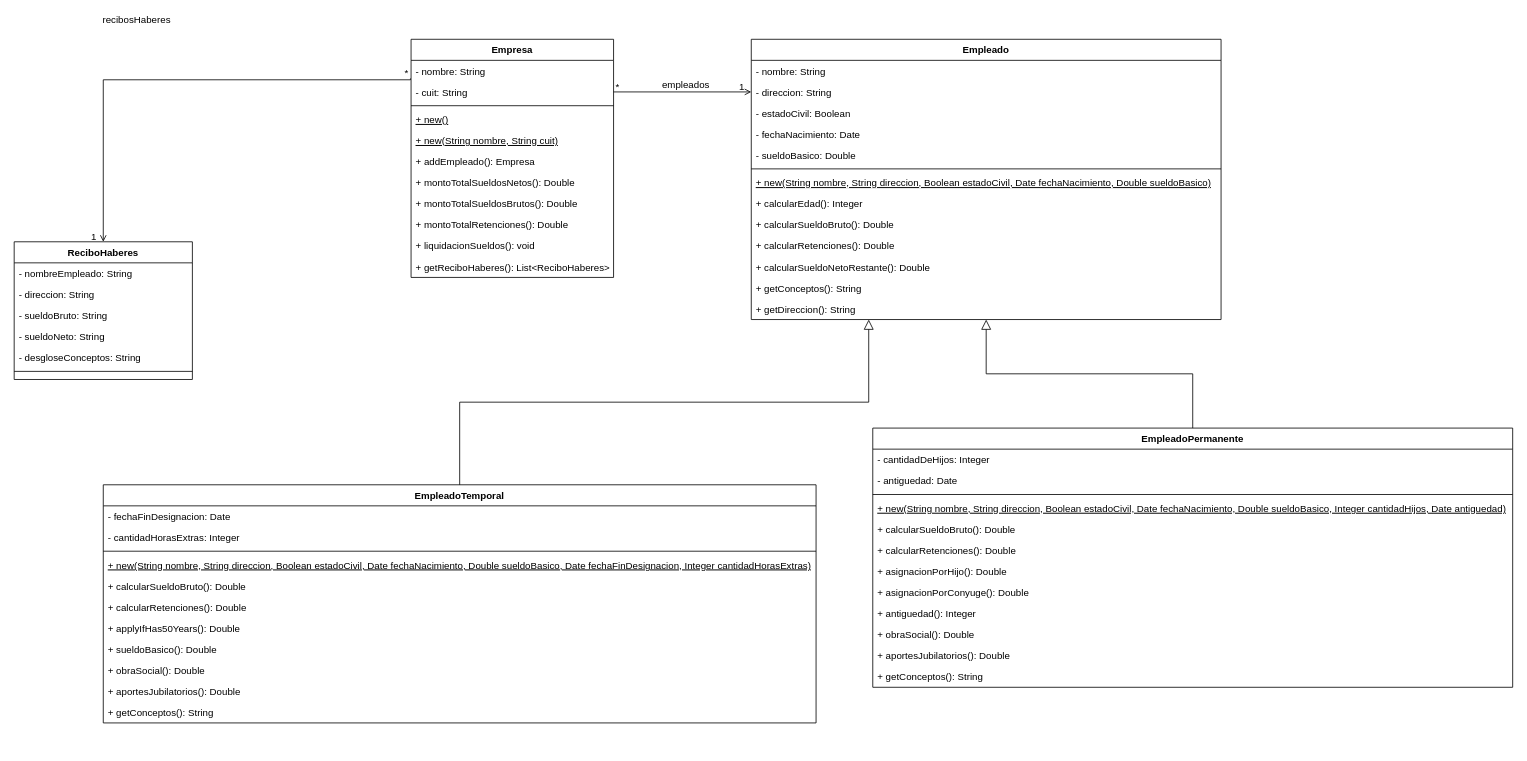
Before: TP02/UML.drawio in dkippes/Programacion-Orientada-Objetos-2, a draw.io diagram. Source tidied: cells renumbered, new cells numbered last; positions are measured from the earlier drawing's top-left corner, leaving out a move shared by most shapes. Both pictures are drawn from the tidied source at 81%, with x=0, y=0 at pixel (14, 39).
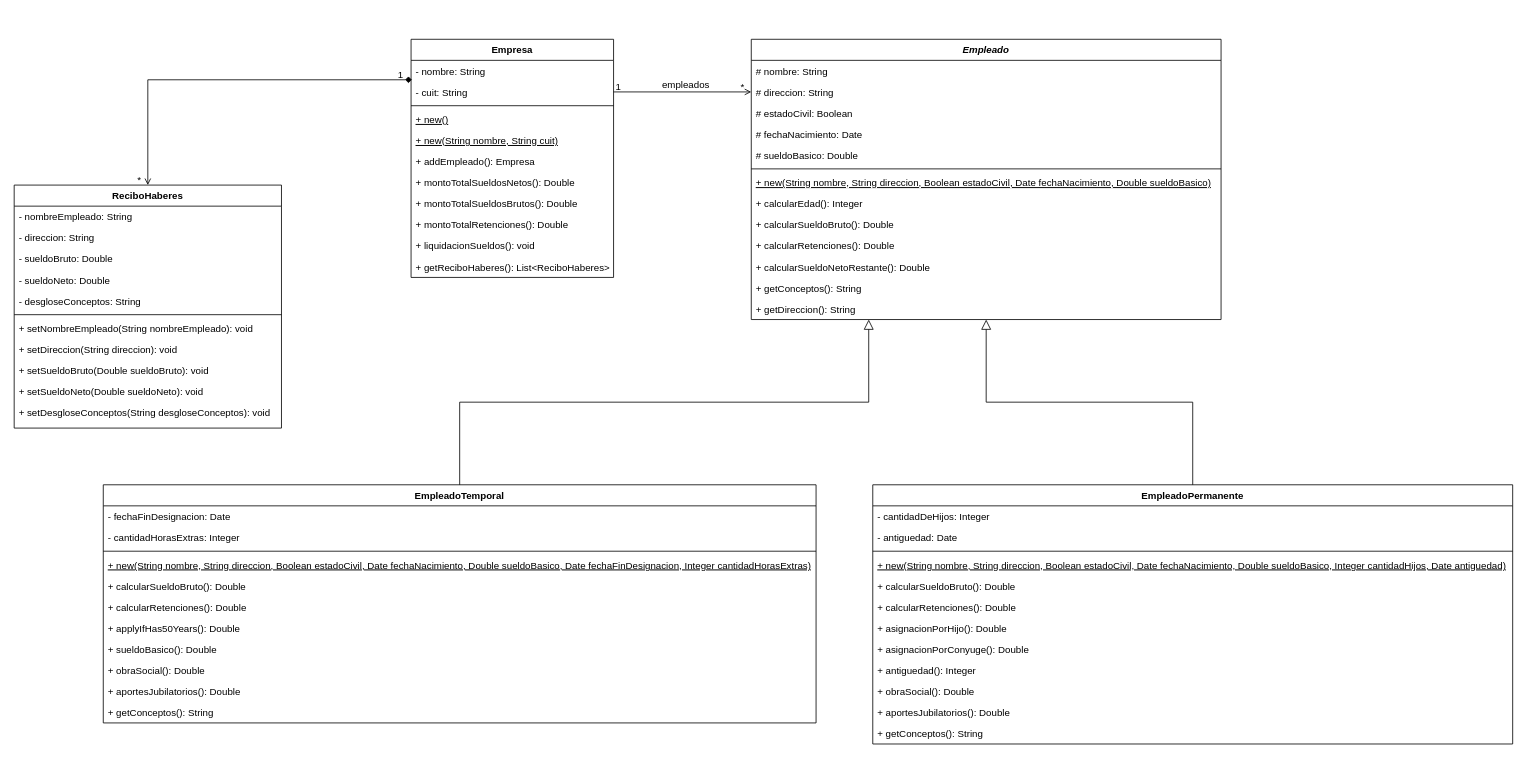
After the change.

The change refers to these unchanged cells:
```xml
<mxCell id="3" value="- nombre: String" style="text;align=left;verticalAlign=top;spacingLeft=4;spacingRight=4;overflow=hidden;points=[[0,0.5],[1,0.5]];portConstraint=eastwest;" parent="2" vertex="1">
  <mxGeometry y="26" width="250" height="26" as="geometry" />
</mxCell>
<mxCell id="28" style="endArrow=open;shadow=0;strokeWidth=1;rounded=0;endFill=1;edgeStyle=elbowEdgeStyle;elbow=vertical;exitX=1;exitY=0.5;exitDx=0;exitDy=0;entryX=0;entryY=0.5;entryDx=0;entryDy=0;" parent="1" edge="1" source="4" target="16">
  <mxGeometry x="0.5" y="41" relative="1" as="geometry">
    <mxPoint x="-40" y="32" as="offset" />
  </mxGeometry>
</mxCell>
```

Change to the diagram source:
```diff
@@
-    <mxCell id="14" value="Empleado" style="swimlane;fontStyle=1;align=center;verticalAlign=top;horizontal=1;startSize=26;rounded=0;shadow=0;strokeWidth=1;" parent="1" vertex="1">
+    <mxCell id="14" value="Empleado" style="swimlane;fontStyle=3;align=center;verticalAlign=top;horizontal=1;startSize=26;rounded=0;shadow=0;strokeWidth=1;" parent="1" vertex="1">
       <mxGeometry x="910" width="580" height="346" as="geometry" />
     </mxCell>
-    <mxCell id="15" value="- nombre: String" style="text;align=left;verticalAlign=top;spacingLeft=4;spacingRight=4;overflow=hidden;" parent="14" vertex="1">
+    <mxCell id="15" value="# nombre: String" style="text;align=left;verticalAlign=top;spacingLeft=4;spacingRight=4;overflow=hidden;" parent="14" vertex="1">
       <mxGeometry y="26" width="580" height="26" as="geometry" />
     </mxCell>
-    <mxCell id="16" value="- direccion: String" style="text;align=left;verticalAlign=top;spacingLeft=4;spacingRight=4;overflow=hidden;points=[[0,0.5],[1,0.5]];portConstraint=eastwest;rounded=0;shadow=0;html=0;" parent="14" vertex="1">
+    <mxCell id="16" value="# direccion: String" style="text;align=left;verticalAlign=top;spacingLeft=4;spacingRight=4;overflow=hidden;points=[[0,0.5],[1,0.5]];portConstraint=eastwest;rounded=0;shadow=0;html=0;" parent="14" vertex="1">
       <mxGeometry y="52" width="580" height="26" as="geometry" />
     </mxCell>
-    <mxCell id="17" value="- estadoCivil: Boolean" style="text;align=left;verticalAlign=top;spacingLeft=4;spacingRight=4;overflow=hidden;rounded=0;shadow=0;html=0;" parent="14" vertex="1">
+    <mxCell id="17" value="# estadoCivil: Boolean" style="text;align=left;verticalAlign=top;spacingLeft=4;spacingRight=4;overflow=hidden;rounded=0;shadow=0;html=0;" parent="14" vertex="1">
       <mxGeometry y="78" width="580" height="26" as="geometry" />
     </mxCell>
-    <mxCell id="18" value="- fechaNacimiento: Date" style="text;align=left;verticalAlign=top;spacingLeft=4;spacingRight=4;overflow=hidden;rounded=0;shadow=0;html=0;" parent="14" vertex="1">
+    <mxCell id="18" value="# fechaNacimiento: Date" style="text;align=left;verticalAlign=top;spacingLeft=4;spacingRight=4;overflow=hidden;rounded=0;shadow=0;html=0;" parent="14" vertex="1">
       <mxGeometry y="104" width="580" height="26" as="geometry" />
     </mxCell>
-    <mxCell id="19" value="- sueldoBasico: Double" style="text;align=left;verticalAlign=top;spacingLeft=4;spacingRight=4;overflow=hidden;rounded=0;shadow=0;html=0;" parent="14" vertex="1">
+    <mxCell id="19" value="# sueldoBasico: Double" style="text;align=left;verticalAlign=top;spacingLeft=4;spacingRight=4;overflow=hidden;rounded=0;shadow=0;html=0;" parent="14" vertex="1">
       <mxGeometry y="130" width="580" height="26" as="geometry" />
     </mxCell>
@@
-    <mxCell id="29" value="*" style="align=left;verticalAlign=bottom;labelBackgroundColor=none;fontSize=12;" parent="28" vertex="1">
+    <mxCell id="29" value="1" style="align=left;verticalAlign=bottom;labelBackgroundColor=none;fontSize=12;" parent="28" vertex="1">
       <mxGeometry x="-1" relative="1" as="geometry">
         <mxPoint x="1" y="2" as="offset" />
       </mxGeometry>
     </mxCell>
-    <mxCell id="30" value="1" style="align=right;verticalAlign=bottom;labelBackgroundColor=none;fontSize=12;" parent="28" vertex="1">
+    <mxCell id="30" value="*" style="align=right;verticalAlign=bottom;labelBackgroundColor=none;fontSize=12;" parent="28" vertex="1">
       <mxGeometry x="1" relative="1" as="geometry">
         <mxPoint x="-7" y="2" as="offset" />
       </mxGeometry>
     </mxCell>
@@
     <mxCell id="44" value="EmpleadoPermanente" style="swimlane;fontStyle=1;align=center;verticalAlign=top;horizontal=1;startSize=26;rounded=0;shadow=0;strokeWidth=1;" parent="1" vertex="1">
-      <mxGeometry x="1060" y="480" width="790" height="320" as="geometry" />
+      <mxGeometry x="1060" y="550" width="790" height="320" as="geometry" />
     </mxCell>
@@
     <mxCell id="59" value="ReciboHaberes" style="swimlane;fontStyle=1;align=center;verticalAlign=top;horizontal=1;startSize=26;rounded=0;shadow=0;strokeWidth=1;" parent="1" vertex="1">
-      <mxGeometry y="250" width="220" height="170" as="geometry" />
+      <mxGeometry y="180" width="330" height="300" as="geometry" />
     </mxCell>
     <mxCell id="60" value="- nombreEmpleado: String" style="text;align=left;verticalAlign=top;spacingLeft=4;spacingRight=4;overflow=hidden;" parent="59" vertex="1">
-      <mxGeometry y="26" width="220" height="26" as="geometry" />
+      <mxGeometry y="26" width="330" height="26" as="geometry" />
     </mxCell>
     <mxCell id="61" value="- direccion: String" style="text;align=left;verticalAlign=top;spacingLeft=4;spacingRight=4;overflow=hidden;rounded=0;shadow=0;html=0;" parent="59" vertex="1">
-      <mxGeometry y="52" width="220" height="26" as="geometry" />
+      <mxGeometry y="52" width="330" height="26" as="geometry" />
     </mxCell>
-    <mxCell id="62" value="- sueldoBruto: String" style="text;align=left;verticalAlign=top;spacingLeft=4;spacingRight=4;overflow=hidden;rounded=0;shadow=0;html=0;" parent="59" vertex="1">
-      <mxGeometry y="78" width="220" height="26" as="geometry" />
+    <mxCell id="62" value="- sueldoBruto: Double" style="text;align=left;verticalAlign=top;spacingLeft=4;spacingRight=4;overflow=hidden;rounded=0;shadow=0;html=0;" parent="59" vertex="1">
+      <mxGeometry y="78" width="330" height="26" as="geometry" />
     </mxCell>
-    <mxCell id="63" value="- sueldoNeto: String" style="text;align=left;verticalAlign=top;spacingLeft=4;spacingRight=4;overflow=hidden;rounded=0;shadow=0;html=0;" parent="59" vertex="1">
-      <mxGeometry y="104" width="220" height="26" as="geometry" />
+    <mxCell id="63" value="- sueldoNeto: Double" style="text;align=left;verticalAlign=top;spacingLeft=4;spacingRight=4;overflow=hidden;rounded=0;shadow=0;html=0;" parent="59" vertex="1">
+      <mxGeometry y="104" width="330" height="26" as="geometry" />
     </mxCell>
     <mxCell id="64" value="- desgloseConceptos: String" style="text;align=left;verticalAlign=top;spacingLeft=4;spacingRight=4;overflow=hidden;rounded=0;shadow=0;html=0;" parent="59" vertex="1">
-      <mxGeometry y="130" width="220" height="26" as="geometry" />
+      <mxGeometry y="130" width="330" height="26" as="geometry" />
     </mxCell>
     <mxCell id="65" style="line;html=1;strokeWidth=1;align=left;verticalAlign=middle;spacingTop=-1;spacingLeft=3;spacingRight=3;labelPosition=right;" parent="59" vertex="1">
-      <mxGeometry y="156" width="220" height="8" as="geometry" />
+      <mxGeometry y="156" width="330" height="8" as="geometry" />
     </mxCell>
+    <mxCell id="70" value="+ setNombreEmpleado(String nombreEmpleado): void" style="text;align=left;verticalAlign=top;spacingLeft=4;spacingRight=4;overflow=hidden;rounded=0;shadow=0;html=0;" parent="59" vertex="1">
+      <mxGeometry y="164" width="330" height="26" as="geometry" />
+    </mxCell>
+    <mxCell id="71" value="+ setDireccion(String direccion): void" style="text;align=left;verticalAlign=top;spacingLeft=4;spacingRight=4;overflow=hidden;rounded=0;shadow=0;html=0;" parent="59" vertex="1">
+      <mxGeometry y="190" width="330" height="26" as="geometry" />
+    </mxCell>
+    <mxCell id="72" value="+ setSueldoBruto(Double sueldoBruto): void" style="text;align=left;verticalAlign=top;spacingLeft=4;spacingRight=4;overflow=hidden;rounded=0;shadow=0;html=0;" parent="59" vertex="1">
+      <mxGeometry y="216" width="330" height="26" as="geometry" />
+    </mxCell>
+    <mxCell id="73" value="+ setSueldoNeto(Double sueldoNeto): void" style="text;align=left;verticalAlign=top;spacingLeft=4;spacingRight=4;overflow=hidden;rounded=0;shadow=0;html=0;" parent="59" vertex="1">
+      <mxGeometry y="242" width="330" height="26" as="geometry" />
+    </mxCell>
+    <mxCell id="74" value="+ setDesgloseConceptos(String desgloseConceptos): void" style="text;align=left;verticalAlign=top;spacingLeft=4;spacingRight=4;overflow=hidden;rounded=0;shadow=0;html=0;" parent="59" vertex="1">
+      <mxGeometry y="268" width="330" height="26" as="geometry" />
+    </mxCell>
-    <mxCell id="66" style="endArrow=open;shadow=0;strokeWidth=1;rounded=0;endFill=1;edgeStyle=elbowEdgeStyle;elbow=vertical;entryX=0.5;entryY=0;entryDx=0;entryDy=0;exitX=-0.003;exitY=0.859;exitDx=0;exitDy=0;exitPerimeter=0;" parent="1" edge="1" source="3" target="59">
+    <mxCell id="66" style="endArrow=open;shadow=0;strokeWidth=1;rounded=0;endFill=1;edgeStyle=elbowEdgeStyle;elbow=vertical;entryX=0.5;entryY=0;entryDx=0;entryDy=0;startArrow=diamond;startFill=1;exitX=0.004;exitY=0.923;exitDx=0;exitDy=0;exitPerimeter=0;" parent="1" edge="1" source="3" target="59">
       <mxGeometry x="0.5" y="41" relative="1" as="geometry">
         <Array as="points">
           <mxPoint x="470" y="50" />
         </Array>
         <mxPoint x="-40" y="32" as="offset" />
       </mxGeometry>
     </mxCell>
-    <mxCell id="67" value="*" style="align=left;verticalAlign=bottom;labelBackgroundColor=none;fontSize=12;" parent="66" vertex="1">
+    <mxCell id="67" value="1" style="align=left;verticalAlign=bottom;labelBackgroundColor=none;fontSize=12;" parent="66" vertex="1">
       <mxGeometry x="-1" relative="1" as="geometry">
-        <mxPoint x="-9" y="2" as="offset" />
+        <mxPoint x="-19" y="2" as="offset" />
       </mxGeometry>
     </mxCell>
-    <mxCell id="68" value="1" style="align=right;verticalAlign=bottom;labelBackgroundColor=none;fontSize=12;" parent="66" vertex="1">
+    <mxCell id="68" value="*" style="align=right;verticalAlign=bottom;labelBackgroundColor=none;fontSize=12;" parent="66" vertex="1">
       <mxGeometry x="1" relative="1" as="geometry">
         <mxPoint x="-7" y="2" as="offset" />
       </mxGeometry>
     </mxCell>
-    <mxCell id="69" value="recibosHaberes" style="text;html=1;align=center;verticalAlign=middle;labelBackgroundColor=none;rounded=0;shadow=0;strokeWidth=1;fontSize=12;" parent="66" vertex="1">
-      <mxGeometry x="0.5" y="49" relative="1" as="geometry">
-        <mxPoint x="-9" y="-130" as="offset" />
-      </mxGeometry>
-    </mxCell>
```
